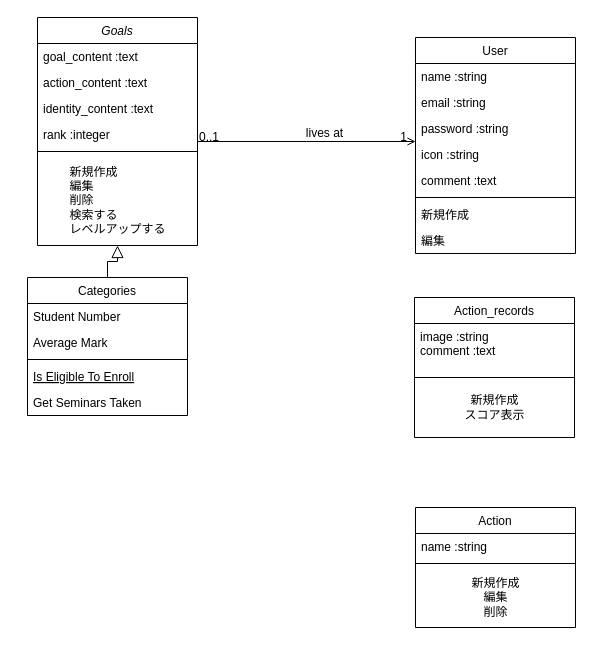
Above: 名称未設定ファイル.drawio in makoto1998/dotinstall.github.io (draw.io), before the change. Source tidied: cells renumbered, new cells numbered last; positions are measured from the earlier drawing's top-left corner, leaving out a move shared by most shapes. Both pictures are drawn from the tidied source at 100%, with x=0, y=0 at pixel (27, 17).
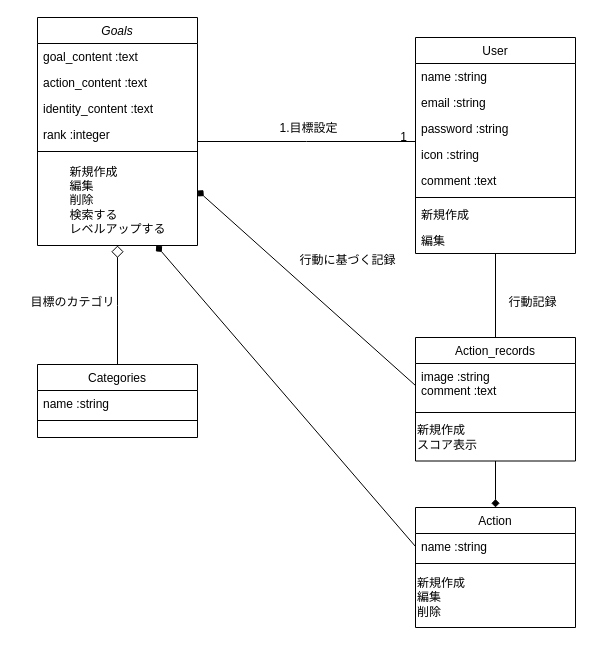
After the change.

Commit message:
名称未設定ファイル.drawio を更新します

Unchanged cells that the change refers to:
```xml
<mxCell id="2" value="Goals" style="swimlane;fontStyle=2;align=center;verticalAlign=top;horizontal=1;startSize=26;rounded=0;shadow=0;strokeWidth=1;" parent="1" vertex="1">
  <mxGeometry x="10" width="160" height="228" as="geometry" />
</mxCell>
<mxCell id="8" value="&lt;div style=&quot;text-align: left;&quot;&gt;&lt;span style=&quot;background-color: initial;&quot;&gt;新規作成&lt;/span&gt;&lt;/div&gt;&lt;div style=&quot;text-align: left;&quot;&gt;&lt;span style=&quot;background-color: initial;&quot;&gt;編集&lt;/span&gt;&lt;/div&gt;&lt;div style=&quot;text-align: left;&quot;&gt;&lt;span style=&quot;background-color: initial;&quot;&gt;削除&lt;/span&gt;&lt;/div&gt;&lt;div style=&quot;text-align: left;&quot;&gt;&lt;span style=&quot;background-color: initial;&quot;&gt;検索する&lt;/span&gt;&lt;/div&gt;&lt;div style=&quot;text-align: left;&quot;&gt;&lt;span style=&quot;background-color: initial;&quot;&gt;レベルアップする&lt;/span&gt;&lt;/div&gt;" style="text;html=1;align=center;verticalAlign=middle;points=[];strokeColor=none;fillColor=none;" parent="2" vertex="1">
  <mxGeometry y="138" width="160" height="90" as="geometry" />
</mxCell>
<mxCell id="17" value="image :string&#10;comment :text&#10;" style="text;align=left;verticalAlign=top;spacingLeft=4;spacingRight=4;overflow=hidden;points=[[0,0.5],[1,0.5]];portConstraint=eastwest;" parent="16" vertex="1">
  <mxGeometry y="26" width="160" height="44" as="geometry" />
</mxCell>
<mxCell id="20" value="User" style="swimlane;fontStyle=0;align=center;verticalAlign=top;horizontal=1;startSize=26;rounded=0;shadow=0;strokeWidth=1;" parent="1" vertex="1">
  <mxGeometry x="388" y="20" width="160" height="216" as="geometry" />
</mxCell>
<mxCell id="28" value="編集" style="text;align=left;verticalAlign=top;spacingLeft=4;spacingRight=4;overflow=hidden;points=[[0,0.5],[1,0.5]];portConstraint=eastwest;" parent="20" vertex="1">
  <mxGeometry y="190" width="160" height="26" as="geometry" />
</mxCell>
<mxCell id="33" value="Action&#10;" style="swimlane;fontStyle=0;align=center;verticalAlign=top;horizontal=1;startSize=26;rounded=0;shadow=0;strokeWidth=1;" parent="1" vertex="1">
  <mxGeometry x="388" y="490" width="160" height="120" as="geometry" />
</mxCell>
<mxCell id="34" value="name :string" style="text;align=left;verticalAlign=top;spacingLeft=4;spacingRight=4;overflow=hidden;points=[[0,0.5],[1,0.5]];portConstraint=eastwest;" parent="33" vertex="1">
  <mxGeometry y="26" width="160" height="26" as="geometry" />
</mxCell>
```

The edit, as a diff of the source:
```diff
@@
     <mxCell id="9" value="Categories&#10;" style="swimlane;fontStyle=0;align=center;verticalAlign=top;horizontal=1;startSize=26;rounded=0;shadow=0;strokeWidth=1;" parent="1" vertex="1">
-      <mxGeometry y="260" width="160" height="138" as="geometry" />
+      <mxGeometry x="10" y="347" width="160" height="73" as="geometry" />
     </mxCell>
-    <mxCell id="10" value="Student Number" style="text;align=left;verticalAlign=top;spacingLeft=4;spacingRight=4;overflow=hidden;" parent="9" vertex="1">
+    <mxCell id="10" value="name :string" style="text;align=left;verticalAlign=top;spacingLeft=4;spacingRight=4;overflow=hidden;" parent="9" vertex="1">
       <mxGeometry y="26" width="160" height="26" as="geometry" />
     </mxCell>
-    <mxCell id="11" value="Average Mark" style="text;align=left;verticalAlign=top;spacingLeft=4;spacingRight=4;overflow=hidden;rounded=0;shadow=0;html=0;" parent="9" vertex="1">
-      <mxGeometry y="52" width="160" height="26" as="geometry" />
-    </mxCell>
     <mxCell id="12" style="line;html=1;strokeWidth=1;align=left;verticalAlign=middle;spacingTop=-1;spacingLeft=3;spacingRight=3;labelPosition=right;" parent="9" vertex="1">
-      <mxGeometry y="78" width="160" height="8" as="geometry" />
+      <mxGeometry y="52" width="160" height="8" as="geometry" />
     </mxCell>
-    <mxCell id="13" value="Is Eligible To Enroll" style="text;align=left;verticalAlign=top;spacingLeft=4;spacingRight=4;overflow=hidden;fontStyle=4;" parent="9" vertex="1">
-      <mxGeometry y="86" width="160" height="26" as="geometry" />
-    </mxCell>
-    <mxCell id="14" value="Get Seminars Taken" style="text;align=left;verticalAlign=top;spacingLeft=4;spacingRight=4;overflow=hidden;" parent="9" vertex="1">
-      <mxGeometry y="112" width="160" height="26" as="geometry" />
-    </mxCell>
-    <mxCell id="15" style="endArrow=block;endSize=10;endFill=0;shadow=0;strokeWidth=1;rounded=0;edgeStyle=elbowEdgeStyle;elbow=vertical;" parent="1" edge="1" source="9" target="2">
+    <mxCell id="15" style="endArrow=diamond;endSize=10;endFill=0;shadow=0;strokeWidth=1;rounded=0;edgeStyle=elbowEdgeStyle;elbow=vertical;strokeColor=default;" parent="1" edge="1" source="9" target="2">
       <mxGeometry relative="1" as="geometry" />
     </mxCell>
+    <mxCell id="37" style="edgeStyle=none;rounded=0;jettySize=auto;html=1;exitX=0.5;exitY=0;exitDx=0;exitDy=0;strokeColor=default;endArrow=none;endFill=0;" parent="1" edge="1" source="16" target="28">
+      <mxGeometry relative="1" as="geometry" />
+    </mxCell>
+    <mxCell id="38" style="edgeStyle=none;rounded=0;jettySize=auto;html=1;exitX=0.5;exitY=1;exitDx=0;exitDy=0;strokeColor=default;endArrow=diamond;endFill=1;startArrow=none;startFill=0;" parent="1" edge="1" source="16" target="33">
+      <mxGeometry relative="1" as="geometry" />
+    </mxCell>
     <mxCell id="16" value="Action_records&#10;&#10;" style="swimlane;fontStyle=0;align=center;verticalAlign=top;horizontal=1;startSize=26;rounded=0;shadow=0;strokeWidth=1;" parent="1" vertex="1">
-      <mxGeometry x="387" y="280" width="160" height="140" as="geometry" />
+      <mxGeometry x="388" y="320" width="160" height="123.5" as="geometry" />
     </mxCell>
@@
     <mxCell id="18" style="line;html=1;strokeWidth=1;align=left;verticalAlign=middle;spacingTop=-1;spacingLeft=3;spacingRight=3;labelPosition=right;" parent="16" vertex="1">
-      <mxGeometry y="70" width="160" height="20" as="geometry" />
+      <mxGeometry y="70" width="160" height="10" as="geometry" />
     </mxCell>
-    <mxCell id="19" value="新規作成&lt;br&gt;スコア表示&lt;br&gt;" style="text;html=1;align=center;verticalAlign=middle;strokeColor=none;fillColor=none;" parent="16" vertex="1">
-      <mxGeometry y="90" width="160" height="40" as="geometry" />
+    <mxCell id="19" value="新規作成&lt;br&gt;スコア表示&lt;br&gt;" style="text;html=1;align=left;verticalAlign=middle;strokeColor=none;fillColor=none;" parent="16" vertex="1">
+      <mxGeometry y="80" width="160" height="40" as="geometry" />
     </mxCell>
@@
-    <mxCell id="29" style="endArrow=open;shadow=0;strokeWidth=1;rounded=0;endFill=1;edgeStyle=elbowEdgeStyle;elbow=vertical;" parent="1" edge="1" source="2" target="20">
+    <mxCell id="29" style="endArrow=none;shadow=0;strokeWidth=1;rounded=0;endFill=0;edgeStyle=elbowEdgeStyle;elbow=vertical;" parent="1" edge="1" source="2" target="20">
       <mxGeometry x="0.5" y="41" relative="1" as="geometry">
         <mxPoint x="-40" y="32" as="offset" />
       </mxGeometry>
     </mxCell>
-    <mxCell id="30" value="0..1" style="align=left;verticalAlign=bottom;labelBackgroundColor=none;fontSize=12;" parent="29" vertex="1">
-      <mxGeometry x="-1" relative="1" as="geometry">
-        <mxPoint y="4" as="offset" />
-      </mxGeometry>
-    </mxCell>
@@
-    <mxCell id="32" value="lives at" style="text;html=1;align=center;verticalAlign=middle;labelBackgroundColor=none;rounded=0;shadow=0;strokeWidth=1;fontSize=12;" parent="29" vertex="1">
+    <mxCell id="32" value="1.目標設定" style="text;html=1;align=center;verticalAlign=middle;labelBackgroundColor=none;rounded=0;shadow=0;strokeWidth=1;fontSize=12;" parent="29" vertex="1">
       <mxGeometry x="0.5" y="49" relative="1" as="geometry">
-        <mxPoint x="-38" y="40" as="offset" />
+        <mxPoint x="-54" y="35" as="offset" />
       </mxGeometry>
     </mxCell>
@@
-    <mxCell id="36" value="新規作成&lt;br&gt;編集&lt;br&gt;削除&lt;br&gt;" style="text;html=1;align=center;verticalAlign=middle;strokeColor=none;fillColor=none;" parent="33" vertex="1">
+    <mxCell id="36" value="新規作成&lt;br&gt;編集&lt;br&gt;削除&lt;br&gt;" style="text;html=1;align=left;verticalAlign=middle;strokeColor=none;fillColor=none;" parent="33" vertex="1">
       <mxGeometry y="60" width="160" height="60" as="geometry" />
     </mxCell>
+    <mxCell id="39" value="目標のカテゴリ" style="text;html=1;align=center;verticalAlign=middle;strokeColor=none;fillColor=none;" parent="1" vertex="1">
+      <mxGeometry x="-10" y="270" width="110" height="30" as="geometry" />
+    </mxCell>
+    <mxCell id="40" style="rounded=0;jettySize=auto;html=1;exitX=0;exitY=0.5;exitDx=0;exitDy=0;strokeColor=default;endArrow=diamond;endFill=1;entryX=1;entryY=0.389;entryDx=0;entryDy=0;entryPerimeter=0;" parent="1" edge="1" source="17" target="8">
+      <mxGeometry relative="1" as="geometry" />
+    </mxCell>
+    <mxCell id="41" style="edgeStyle=none;rounded=0;jettySize=auto;html=1;exitX=0;exitY=0.5;exitDx=0;exitDy=0;strokeColor=default;endArrow=diamond;endFill=1;" parent="1" edge="1" source="34" target="8">
+      <mxGeometry relative="1" as="geometry" />
+    </mxCell>
+    <mxCell id="42" value="行動記録" style="text;html=1;align=center;verticalAlign=middle;strokeColor=none;fillColor=none;" parent="1" vertex="1">
+      <mxGeometry x="470" y="270" width="70" height="30" as="geometry" />
+    </mxCell>
+    <mxCell id="43" value="行動に基づく記録" style="text;html=1;align=center;verticalAlign=middle;strokeColor=none;fillColor=none;" parent="1" vertex="1">
+      <mxGeometry x="260" y="228" width="120" height="30" as="geometry" />
+    </mxCell>
```
